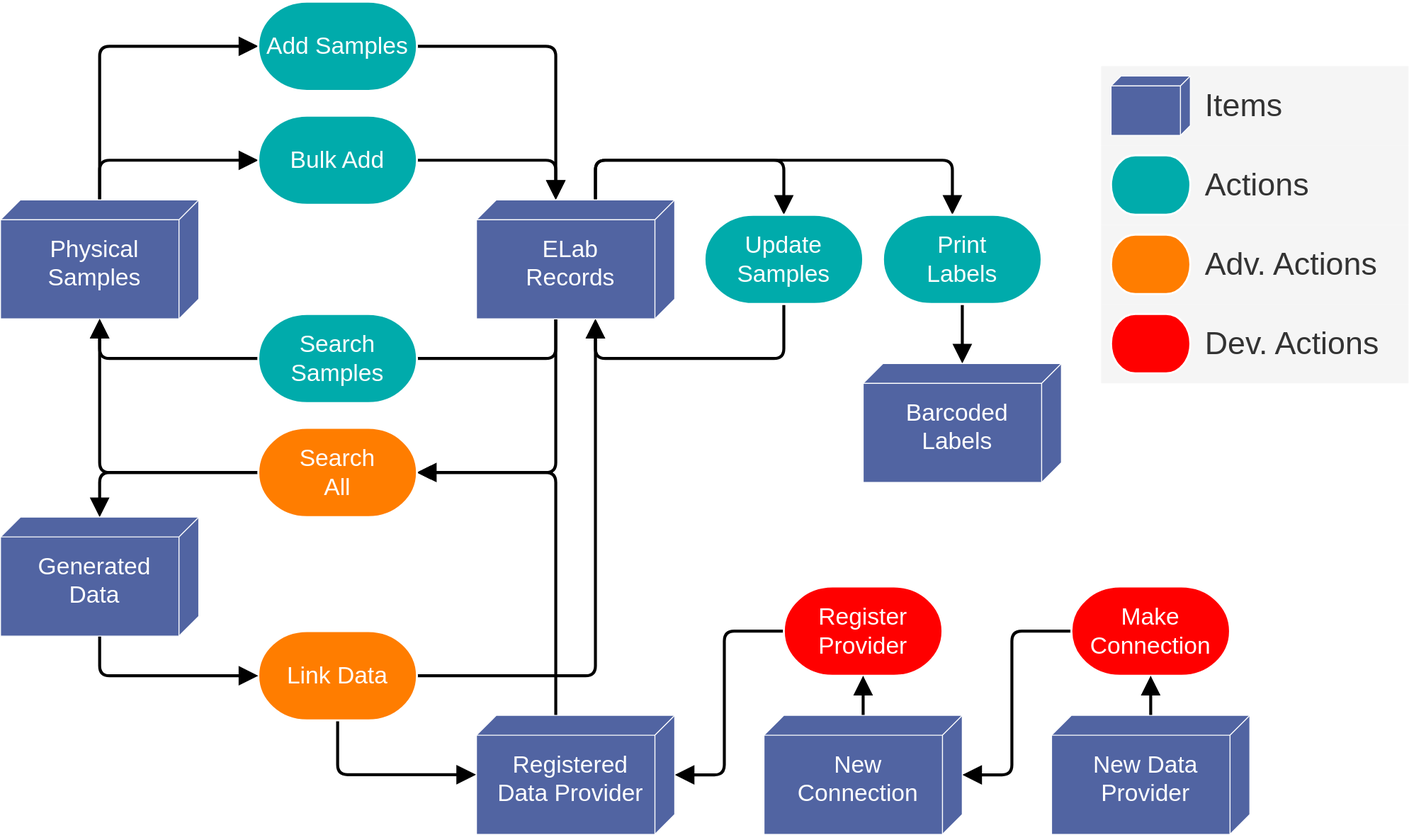
Tony-xy-Liu/Limes-docs keeps this draw.io diagram as docs/source/res/overview.svg. Above is the earlier version. Source tidied: cells renumbered, new cells last; positions are measured from the earlier drawing's top-left corner, leaving out a move shared by most shapes.
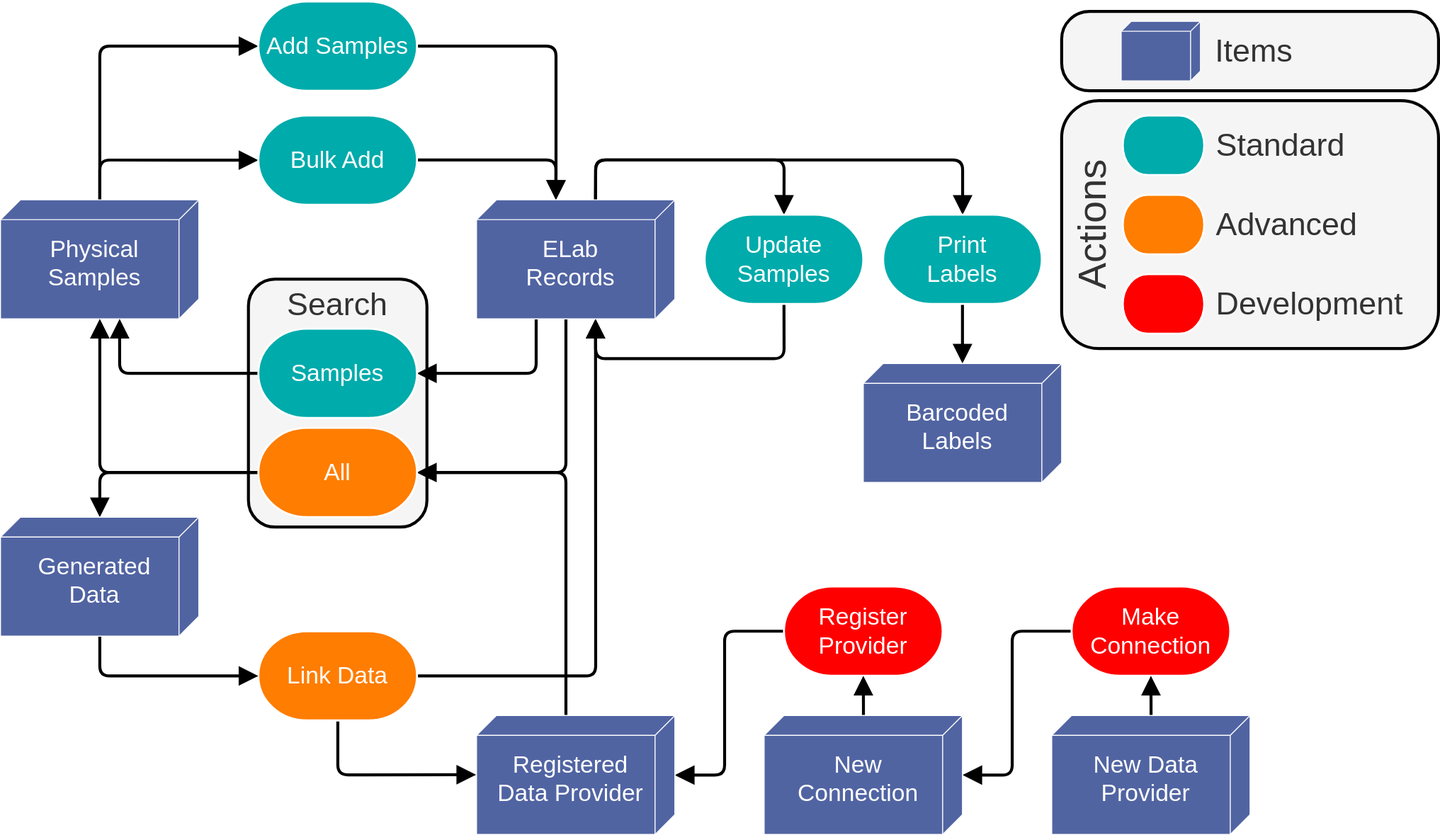
The same diagram one commit later.

Change to the diagram source:
```diff
@@ -2,15 +2,12 @@
   <root>
     <mxCell id="0" />
     <mxCell id="1" parent="0" />
-    <mxCell id="2" value="Adv. Actions" style="rounded=0;whiteSpace=wrap;html=1;fontSize=32;align=left;strokeColor=none;spacingRight=0;spacing=5;fillColor=#f5f5f5;fontColor=#333333;spacingLeft=100;" parent="1" vertex="1">
-      <mxGeometry x="1110" y="225" width="310" height="80" as="geometry" />
-    </mxCell>
-    <mxCell id="3" value="Actions" style="rounded=0;whiteSpace=wrap;html=1;fontSize=32;align=left;strokeColor=none;spacingRight=0;spacing=5;fillColor=#f5f5f5;fontColor=#333333;spacingLeft=100;" parent="1" vertex="1">
-      <mxGeometry x="1110" y="145" width="310" height="80" as="geometry" />
-    </mxCell>
-    <mxCell id="4" value="Items" style="rounded=0;whiteSpace=wrap;html=1;fontSize=32;align=left;strokeColor=none;spacingRight=0;spacing=5;fillColor=#f5f5f5;fontColor=#333333;spacingLeft=100;" parent="1" vertex="1">
-      <mxGeometry x="1110" y="65" width="310" height="80" as="geometry" />
+    <mxCell id="4" value="&lt;span style=&quot;color: rgb(51 , 51 , 51) ; font-size: 32px&quot;&gt;Items&lt;/span&gt;" style="rounded=1;whiteSpace=wrap;html=1;fontSize=32;strokeColor=#000000;strokeWidth=3;fillColor=#F5F5F5;align=left;verticalAlign=middle;spacingLeft=153;arcSize=35;" parent="1" vertex="1">
+      <mxGeometry x="1070" y="10" width="380" height="80" as="geometry" />
     </mxCell>
+    <mxCell id="47" value="Search" style="rounded=1;whiteSpace=wrap;html=1;fontSize=32;verticalAlign=top;fillColor=#f5f5f5;strokeColor=#000000;fontColor=#333333;strokeWidth=3;" parent="1" vertex="1">
+      <mxGeometry x="250" y="280" width="180" height="250" as="geometry" />
+    </mxCell>
     <mxCell id="5" style="edgeStyle=orthogonalEdgeStyle;rounded=1;jettySize=auto;html=1;entryX=0;entryY=0.5;entryDx=0;entryDy=0;entryPerimeter=0;endArrow=block;endFill=1;strokeWidth=3;startSize=12;endSize=12;" parent="1" edge="1" source="7" target="13">
       <mxGeometry relative="1" as="geometry">
         <Array as="points">
@@ -31,8 +28,7 @@
     <mxCell id="8" style="edgeStyle=orthogonalEdgeStyle;rounded=1;jettySize=auto;html=1;entryX=1;entryY=0.5;entryDx=0;entryDy=0;entryPerimeter=0;fontSize=24;fontColor=#ffffff;endArrow=block;endFill=1;strokeWidth=3;jumpStyle=none;shadow=0;sketch=0;fillColor=default;startSize=12;endSize=12;" parent="1" edge="1" source="38" target="15">
       <mxGeometry relative="1" as="geometry">
         <Array as="points">
-          <mxPoint x="560" y="360" />
-          <mxPoint x="400" y="360" />
+          <mxPoint x="540" y="375" />
         </Array>
       </mxGeometry>
     </mxCell>
@@ -41,7 +37,7 @@
         <mxPoint x="600" y="200" as="sourcePoint" />
         <Array as="points">
           <mxPoint x="600" y="160" />
-          <mxPoint x="960" y="160" />
+          <mxPoint x="970" y="160" />
         </Array>
       </mxGeometry>
     </mxCell>
@@ -54,12 +50,10 @@
         </Array>
       </mxGeometry>
     </mxCell>
-    <mxCell id="11" style="edgeStyle=orthogonalEdgeStyle;rounded=1;jettySize=auto;html=1;entryX=1;entryY=0.5;entryDx=0;entryDy=0;entryPerimeter=0;endArrow=block;endFill=1;strokeWidth=3;" parent="1" edge="1" target="19">
+    <mxCell id="11" style="edgeStyle=orthogonalEdgeStyle;rounded=1;jettySize=auto;html=1;entryX=1;entryY=0.5;entryDx=0;entryDy=0;entryPerimeter=0;endArrow=block;endFill=1;strokeWidth=3;" parent="1" edge="1" source="38" target="19">
       <mxGeometry relative="1" as="geometry">
-        <mxPoint x="560" y="320" as="sourcePoint" />
         <Array as="points">
-          <mxPoint x="560" y="320" />
-          <mxPoint x="560" y="490" />
+          <mxPoint x="570" y="475" />
         </Array>
       </mxGeometry>
     </mxCell>
@@ -77,18 +71,19 @@
     <mxCell id="14" style="edgeStyle=orthogonalEdgeStyle;rounded=1;jettySize=auto;html=1;fontSize=24;fontColor=#ffffff;endArrow=block;endFill=1;strokeWidth=3;jumpStyle=none;shadow=0;sketch=0;fillColor=default;startSize=12;endSize=12;" parent="1" edge="1" source="15" target="7">
       <mxGeometry relative="1" as="geometry">
         <Array as="points">
-          <mxPoint x="100" y="360" />
+          <mxPoint x="120" y="375" />
         </Array>
       </mxGeometry>
     </mxCell>
-    <mxCell id="15" value="Search Samples" style="strokeWidth=2;html=1;shape=mxgraph.flowchart.terminator;whiteSpace=wrap;fillColor=#00ABAB;strokeColor=#ffffff;fontColor=#FFFFFF;fontSize=24;" parent="1" vertex="1">
-      <mxGeometry x="260" y="315" width="160" height="90" as="geometry" />
+    <mxCell id="15" value="Samples" style="strokeWidth=2;html=1;shape=mxgraph.flowchart.terminator;whiteSpace=wrap;fillColor=#00ABAB;strokeColor=#ffffff;fontColor=#FFFFFF;fontSize=24;" parent="1" vertex="1">
+      <mxGeometry x="260" y="330" width="160" height="90" as="geometry" />
     </mxCell>
     <mxCell id="16" style="edgeStyle=orthogonalEdgeStyle;rounded=1;jettySize=auto;html=1;entryX=1;entryY=0.5;entryDx=0;entryDy=0;entryPerimeter=0;fontSize=24;fontColor=#ffffff;endArrow=block;endFill=1;strokeWidth=3;jumpStyle=none;shadow=0;sketch=0;strokeColor=default;fillColor=default;startSize=12;endSize=12;" parent="1" edge="1" target="19">
       <mxGeometry relative="1" as="geometry">
         <mxPoint x="560" y="745" as="sourcePoint" />
         <Array as="points">
-          <mxPoint x="560" y="475" />
+          <mxPoint x="570" y="745" />
+          <mxPoint x="570" y="475" />
         </Array>
       </mxGeometry>
     </mxCell>
@@ -106,7 +101,10 @@
         </Array>
       </mxGeometry>
     </mxCell>
+    <mxCell id="48" value="&lt;br&gt;" style="edgeLabel;html=1;align=center;verticalAlign=middle;fontSize=32;" parent="18" vertex="1">
+      <mxGeometry x="0.77" y="-2" relative="1" as="geometry" />
+    </mxCell>
-    <mxCell id="19" value="Search&lt;br&gt;All" style="strokeWidth=2;html=1;shape=mxgraph.flowchart.terminator;whiteSpace=wrap;fillColor=#ff7d00;strokeColor=#ffffff;fontColor=#FFFFFF;fontSize=24;" parent="1" vertex="1">
+    <mxCell id="19" value="All" style="strokeWidth=2;html=1;shape=mxgraph.flowchart.terminator;whiteSpace=wrap;fillColor=#ff7d00;strokeColor=#ffffff;fontColor=#FFFFFF;fontSize=24;" parent="1" vertex="1">
       <mxGeometry x="260" y="430" width="160" height="90" as="geometry" />
     </mxCell>
     <mxCell id="20" style="edgeStyle=orthogonalEdgeStyle;rounded=1;jettySize=auto;html=1;fontSize=24;fontColor=#ffffff;endArrow=block;endFill=1;strokeWidth=3;jumpStyle=none;shadow=0;sketch=0;strokeColor=default;fillColor=default;startSize=12;endSize=12;" parent="1" edge="1" source="22">
@@ -134,14 +132,8 @@
       <mxGeometry x="890" y="215" width="160" height="90" as="geometry" />
     </mxCell>
     <mxCell id="25" style="verticalAlign=middle;align=center;spacingTop=8;spacingLeft=2;spacingRight=12;shape=cube;size=10;direction=south;fontStyle=0;html=1;fontSize=24;fontColor=#ffffff;strokeColor=#ffffff;fillColor=#5164A2;whiteSpace=wrap;" parent="1" vertex="1">
-      <mxGeometry x="1120" y="75" width="80" height="60" as="geometry" />
+      <mxGeometry x="1130" y="20" width="80" height="60" as="geometry" />
     </mxCell>
-    <mxCell id="26" style="strokeWidth=2;html=1;shape=mxgraph.flowchart.terminator;whiteSpace=wrap;fillColor=#00ABAB;strokeColor=#ffffff;fontColor=#FFFFFF;fontSize=24;" parent="1" vertex="1">
-      <mxGeometry x="1120" y="155" width="80" height="60" as="geometry" />
-    </mxCell>
-    <mxCell id="27" style="strokeWidth=2;html=1;shape=mxgraph.flowchart.terminator;whiteSpace=wrap;fillColor=#ff7d00;strokeColor=#ffffff;fontColor=#FFFFFF;fontSize=24;" parent="1" vertex="1">
-      <mxGeometry x="1120" y="235" width="80" height="60" as="geometry" />
-    </mxCell>
     <mxCell id="28" style="edgeStyle=orthogonalEdgeStyle;rounded=1;jettySize=auto;html=1;endArrow=block;endFill=1;strokeWidth=3;startSize=12;endSize=12;" parent="1" edge="1" source="29">
       <mxGeometry relative="1" as="geometry">
         <mxPoint x="560" y="200" as="targetPoint" />
@@ -188,12 +180,6 @@
     <mxCell id="35" value="Make Connection" style="strokeWidth=2;html=1;shape=mxgraph.flowchart.terminator;whiteSpace=wrap;fillColor=#FF0000;strokeColor=#ffffff;fontColor=#FFFFFF;fontSize=24;" parent="1" vertex="1">
       <mxGeometry x="1080" y="590" width="160" height="90" as="geometry" />
     </mxCell>
-    <mxCell id="36" value="Dev. Actions" style="rounded=0;whiteSpace=wrap;html=1;fontSize=32;align=left;strokeColor=none;spacingRight=0;spacing=5;fillColor=#f5f5f5;fontColor=#333333;spacingLeft=100;" parent="1" vertex="1">
-      <mxGeometry x="1110" y="305" width="310" height="80" as="geometry" />
-    </mxCell>
-    <mxCell id="37" style="strokeWidth=2;html=1;shape=mxgraph.flowchart.terminator;whiteSpace=wrap;fillColor=#FF0000;strokeColor=#ffffff;fontColor=#FFFFFF;fontSize=24;" parent="1" vertex="1">
-      <mxGeometry x="1120" y="315" width="80" height="60" as="geometry" />
-    </mxCell>
     <mxCell id="38" value="ELab&lt;br&gt;Records" style="verticalAlign=middle;align=center;spacingTop=8;spacingLeft=2;spacingRight=12;shape=cube;size=20;direction=south;fontStyle=0;html=1;fontSize=24;fontColor=#ffffff;strokeColor=#ffffff;fillColor=#5164A2;whiteSpace=wrap;" parent="1" vertex="1">
       <mxGeometry x="480" y="200" width="200" height="120" as="geometry" />
     </mxCell>
@@ -225,5 +211,29 @@
     <mxCell id="46" value="New Data&lt;br&gt;Provider" style="verticalAlign=middle;align=center;spacingTop=8;spacingLeft=2;spacingRight=12;shape=cube;size=20;direction=south;fontStyle=0;html=1;fontSize=24;fontColor=#ffffff;strokeColor=#ffffff;fillColor=#5164A2;whiteSpace=wrap;" parent="1" vertex="1">
       <mxGeometry x="1060" y="720" width="200" height="120" as="geometry" />
     </mxCell>
+    <mxCell id="49" style="group;" parent="1" vertex="1">
+      <mxGeometry x="1070" y="100" width="380" height="250" as="geometry" />
+    </mxCell>
+    <mxCell id="50" value="Actions" style="rounded=1;whiteSpace=wrap;html=1;fontSize=40;verticalAlign=top;fillColor=#f5f5f5;strokeColor=#000000;fontColor=#333333;align=center;spacingLeft=0;horizontal=0;strokeWidth=3;" parent="49" vertex="1">
+      <mxGeometry width="380" height="250" as="geometry" />
+    </mxCell>
+    <mxCell id="2" value="Advanced" style="rounded=0;whiteSpace=wrap;html=1;fontSize=32;align=left;strokeColor=none;spacingRight=0;spacing=5;fillColor=none;fontColor=#333333;spacingLeft=100;" parent="49" vertex="1">
+      <mxGeometry x="51.4" y="85" width="318.4" height="80" as="geometry" />
+    </mxCell>
+    <mxCell id="3" value="Standard" style="rounded=0;whiteSpace=wrap;html=1;fontSize=32;align=left;strokeColor=none;spacingRight=0;spacing=5;fillColor=none;fontColor=#333333;spacingLeft=100;" parent="49" vertex="1">
+      <mxGeometry x="51.4" y="5" width="318.4" height="80" as="geometry" />
+    </mxCell>
+    <mxCell id="26" style="strokeWidth=2;html=1;shape=mxgraph.flowchart.terminator;whiteSpace=wrap;fillColor=#00ABAB;strokeColor=#ffffff;fontColor=#FFFFFF;fontSize=24;" parent="49" vertex="1">
+      <mxGeometry x="61.6" y="15" width="82.2" height="60" as="geometry" />
+    </mxCell>
+    <mxCell id="27" style="strokeWidth=2;html=1;shape=mxgraph.flowchart.terminator;whiteSpace=wrap;fillColor=#ff7d00;strokeColor=#ffffff;fontColor=#FFFFFF;fontSize=24;" parent="49" vertex="1">
+      <mxGeometry x="61.6" y="95" width="82.2" height="60" as="geometry" />
+    </mxCell>
+    <mxCell id="36" value="Development" style="rounded=0;whiteSpace=wrap;html=1;fontSize=32;align=left;strokeColor=none;spacingRight=0;spacing=5;fillColor=none;fontColor=#333333;spacingLeft=100;" parent="49" vertex="1">
+      <mxGeometry x="51.4" y="165" width="318.4" height="80" as="geometry" />
+    </mxCell>
+    <mxCell id="37" style="strokeWidth=2;html=1;shape=mxgraph.flowchart.terminator;whiteSpace=wrap;fillColor=#FF0000;strokeColor=#ffffff;fontColor=#FFFFFF;fontSize=24;" parent="49" vertex="1">
+      <mxGeometry x="61.6" y="175" width="82.2" height="60" as="geometry" />
+    </mxCell>
   </root>
 </mxGraphModel>
```
